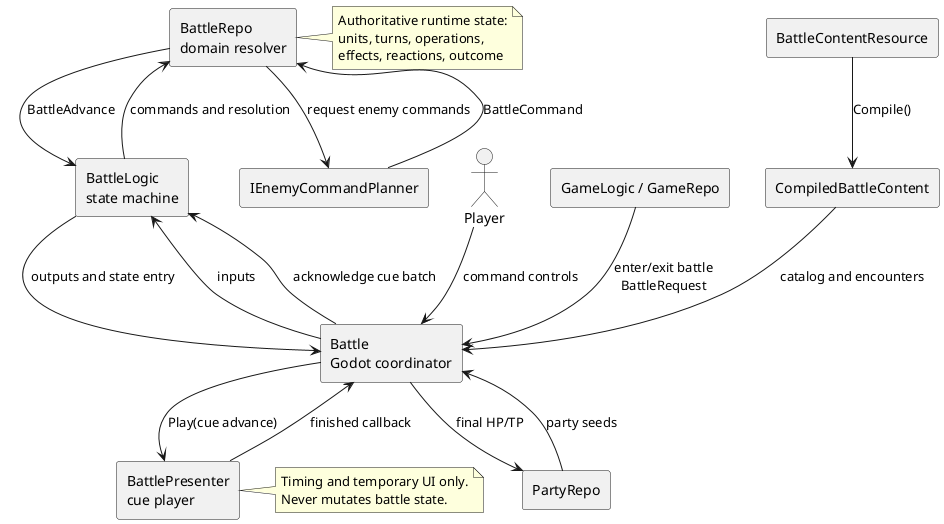
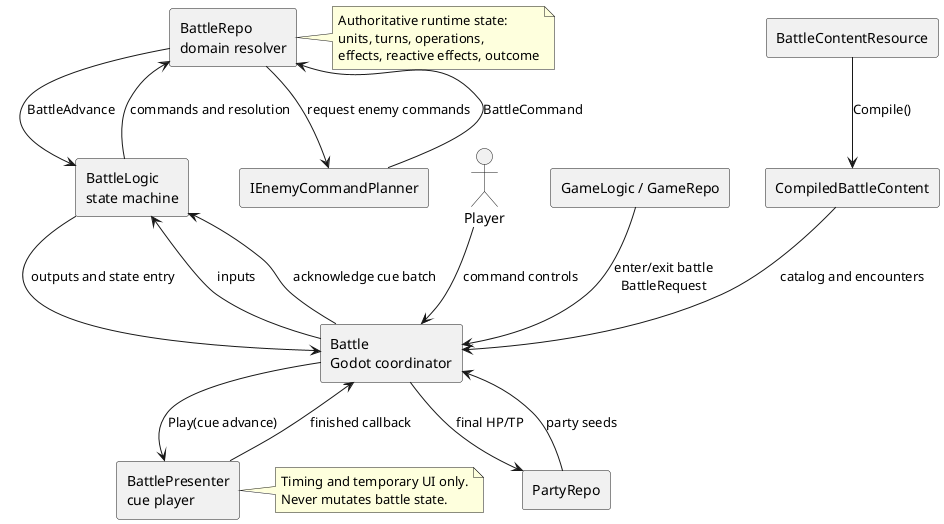
@startuml Battle System Components
skinparam componentStyle rectangle
skinparam shadowing false

actor Player

component "GameLogic / GameRepo" as Game
component "PartyRepo" as Party
component "Battle\nGodot coordinator" as Battle
component "BattleLogic\nstate machine" as Logic
component "BattleRepo\ndomain resolver" as Repo
component "IEnemyCommandPlanner" as Planner
component "BattlePresenter\ncue player" as Presenter
component "BattleContentResource" as Resources
component "CompiledBattleContent" as Content

Player --> Battle : command controls
Game --> Battle : enter/exit battle\nBattleRequest
Party --> Battle : party seeds
Battle --> Party : final HP/TP

Resources --> Content : Compile()
Content --> Battle : catalog and encounters

Battle --> Logic : inputs
Logic --> Battle : outputs and state entry
Logic --> Repo : commands and resolution
Repo --> Planner : request enemy commands
Planner --> Repo : BattleCommand
Repo --> Logic : BattleAdvance

Battle --> Presenter : Play(cue advance)
Presenter --> Battle : finished callback
Battle --> Logic : acknowledge cue batch

note right of Repo
  Authoritative runtime state:
  units, turns, operations,
-   effects, reactions, outcome
+   effects, reactive effects, outcome
end note

note right of Presenter
  Timing and temporary UI only.
  Never mutates battle state.
end note
@enduml
